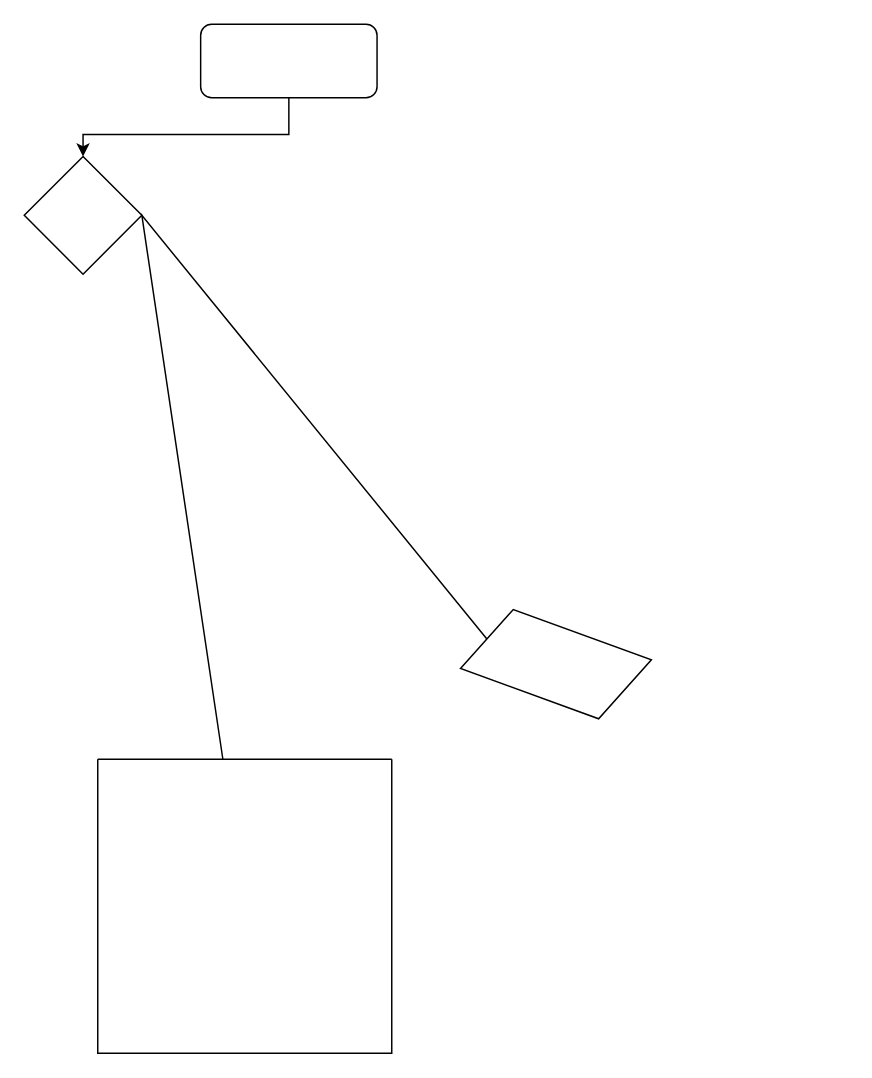
Before: Testing123.drawio in martinju/diagrams, a draw.io diagram. Source tidied: cells renumbered, new cells numbered last; positions are measured from the earlier drawing's top-left corner, leaving out a move shared by most shapes. Both pictures are drawn from the tidied source at 147%, with x=0, y=0 at pixel (24, 24).
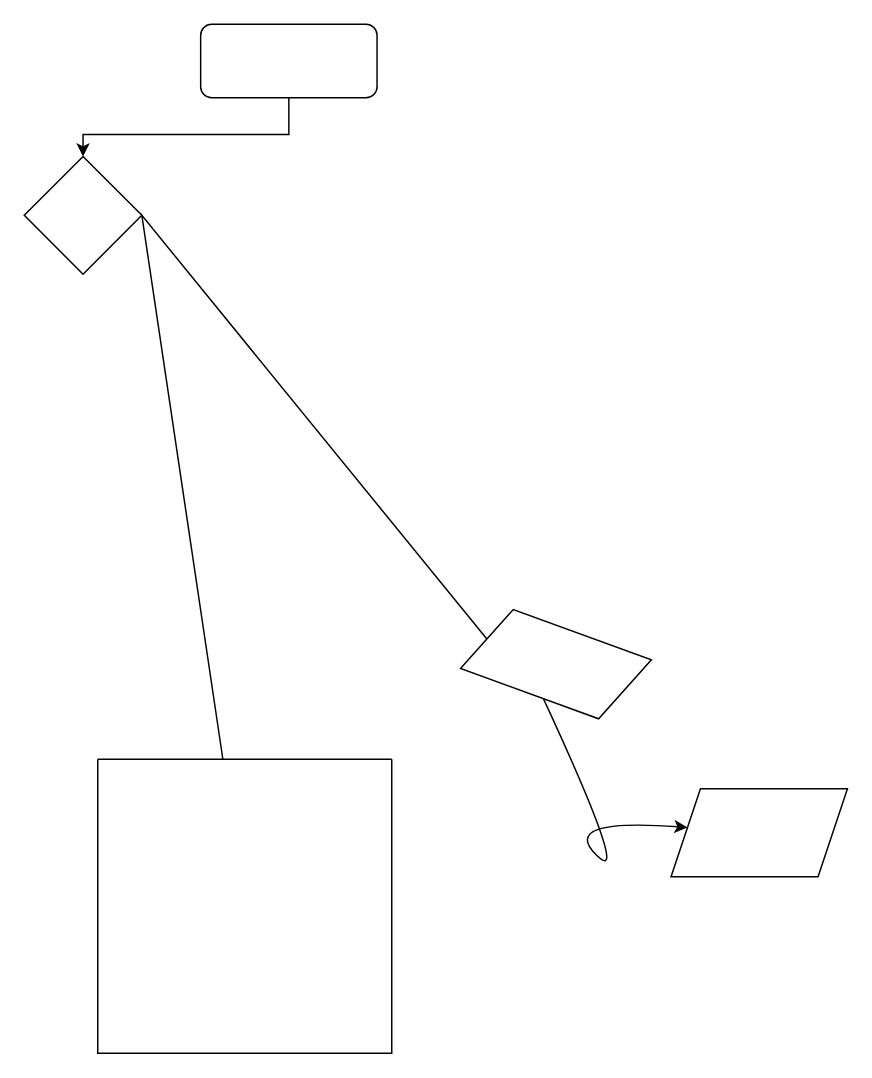
The same page after the edit.

Diff of the diagram source:
```diff
@@
 <mxGraphModel>
   <root>
     <mxCell id="0" />
     <mxCell id="1" parent="0" />
     <mxCell id="2" style="edgeStyle=orthogonalEdgeStyle;rounded=0;jettySize=auto;html=1;" parent="1" edge="1" source="3" target="4">
       <mxGeometry relative="1" as="geometry">
         <Array as="points">
           <mxPoint x="180" y="75" />
           <mxPoint x="40" y="75" />
         </Array>
       </mxGeometry>
     </mxCell>
     <mxCell id="3" style="rounded=1;whiteSpace=wrap;html=1;" parent="1" vertex="1">
       <mxGeometry x="120" width="120" height="50" as="geometry" />
     </mxCell>
     <mxCell id="4" style="rhombus;whiteSpace=wrap;html=1;" parent="1" vertex="1">
       <mxGeometry y="90" width="80" height="80" as="geometry" />
     </mxCell>
     <mxCell id="5" style="endArrow=none;html=1;rounded=0;exitX=0;exitY=0.5;exitDx=0;exitDy=0;" parent="1" edge="1" source="7" target="6">
       <mxGeometry relative="1" as="geometry">
         <Array as="points">
           <mxPoint x="80" y="130" />
         </Array>
       </mxGeometry>
     </mxCell>
     <mxCell id="6" style="swimlane;startSize=0;" parent="1" vertex="1">
       <mxGeometry x="50" y="500" width="200" height="200" as="geometry" />
     </mxCell>
     <mxCell id="7" style="shape=parallelogram;perimeter=parallelogramPerimeter;whiteSpace=wrap;html=1;fixedSize=1;rotation=20;" parent="1" vertex="1">
       <mxGeometry x="301.7" y="410.3" width="120" height="50" as="geometry" />
     </mxCell>
+    <mxCell id="8" style="curved=1;endArrow=classic;html=1;rounded=0;exitX=0.5;exitY=1;exitDx=0;exitDy=0;" parent="1" edge="1" source="7" target="9">
+      <mxGeometry relative="1" as="geometry">
+        <Array as="points">
+          <mxPoint x="414" y="590" />
+          <mxPoint x="364" y="540" />
+        </Array>
+      </mxGeometry>
+    </mxCell>
+    <mxCell id="9" style="shape=parallelogram;perimeter=parallelogramPerimeter;whiteSpace=wrap;html=1;fixedSize=1;" parent="1" vertex="1">
+      <mxGeometry x="440" y="520" width="120" height="60" as="geometry" />
+    </mxCell>
   </root>
 </mxGraphModel>
```
